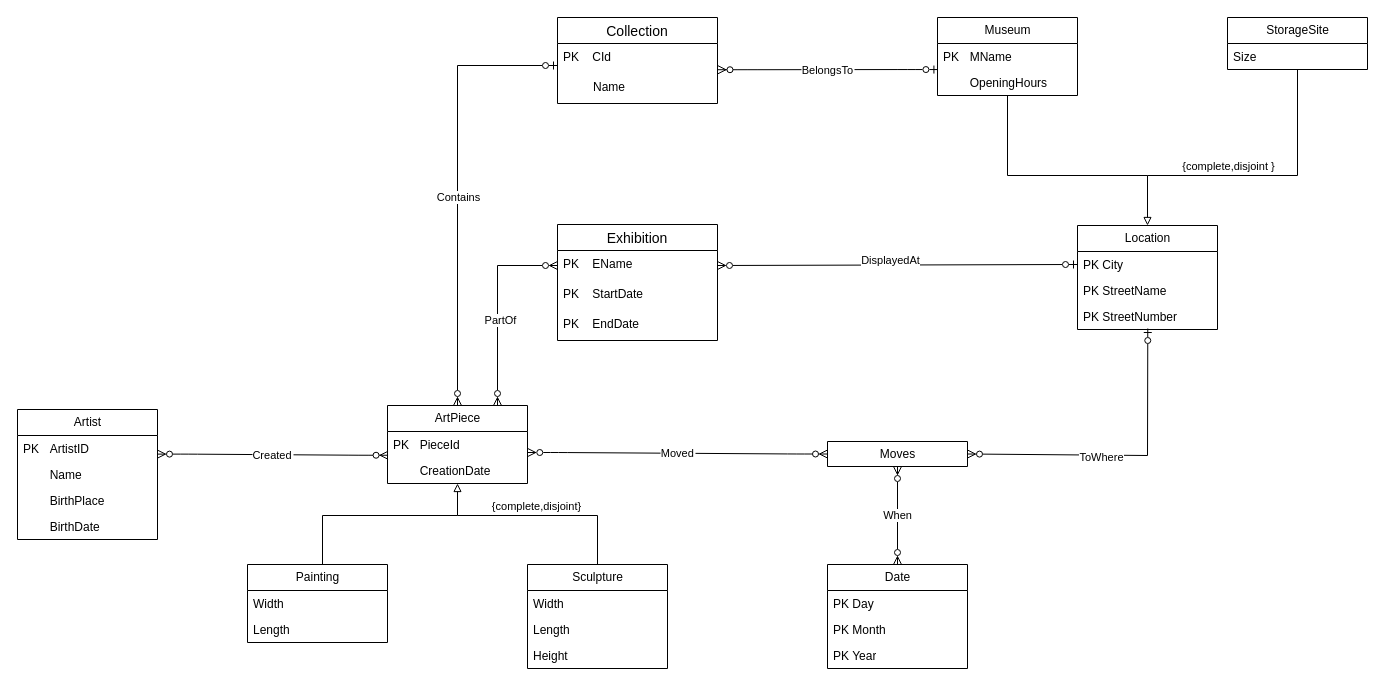
Earlier version of the draw.io diagram Crowsfoot.drawio (Siqi-Hu/LINFO2172-Mission2). Source tidied: cells renumbered, new cells numbered last; positions are measured from the earlier drawing's top-left corner, leaving out a move shared by most shapes. Both pictures are drawn from the tidied source at 100%, with x=0, y=0 at pixel (17, 17).
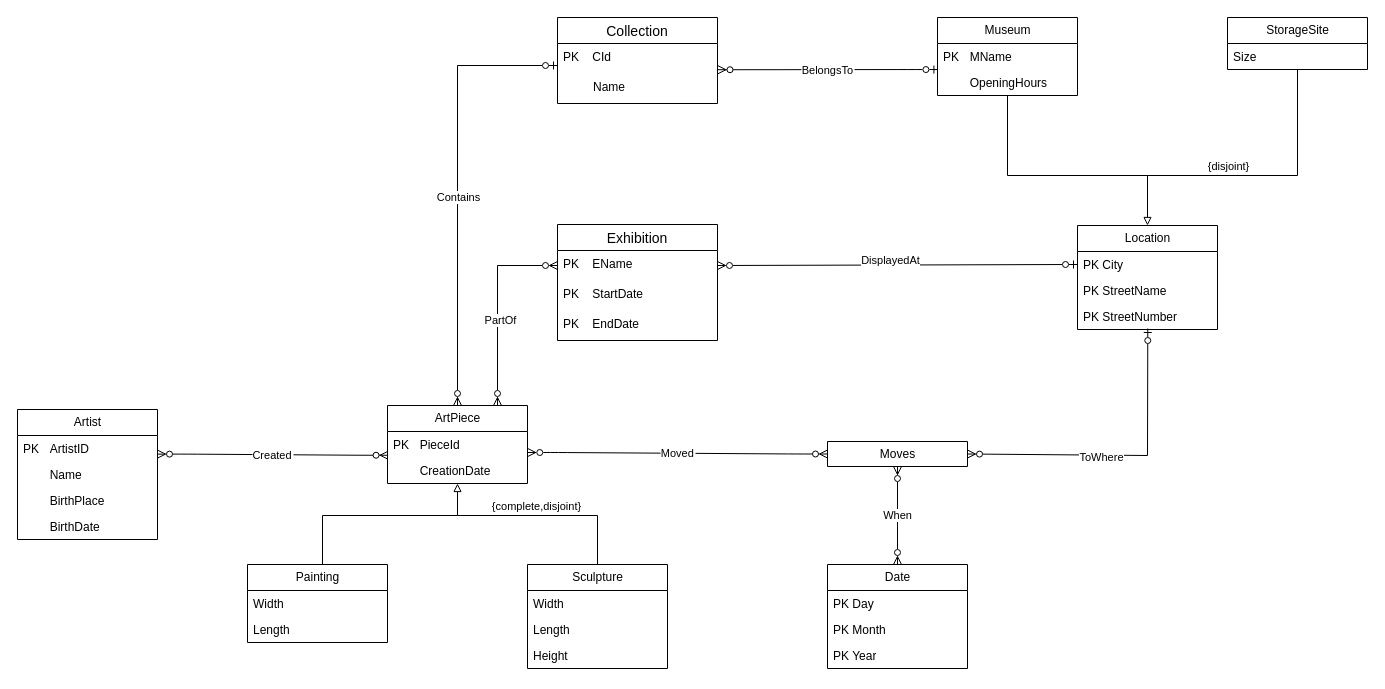
After the change.

The change refers to these unchanged cells:
```xml
<mxCell id="42" style="endArrow=none;html=1;rounded=0;exitX=0.5;exitY=1;exitDx=0;exitDy=0;" parent="1" edge="1" source="39">
  <mxGeometry relative="1" as="geometry">
    <mxPoint x="1130" y="158" as="targetPoint" />
    <Array as="points">
      <mxPoint x="1280" y="158" />
    </Array>
  </mxGeometry>
</mxCell>
```

Diff of the diagram source:
```diff
@@
-    <mxCell id="43" value="{complete,disjoint }" style="edgeLabel;html=1;align=center;verticalAlign=middle;" parent="42" vertex="1">
+    <mxCell id="43" value="{disjoint}" style="edgeLabel;html=1;align=center;verticalAlign=middle;" parent="42" vertex="1">
       <mxGeometry x="0.17" y="-2" relative="1" as="geometry">
         <mxPoint x="-26" y="-8" as="offset" />
       </mxGeometry>
     </mxCell>
```
